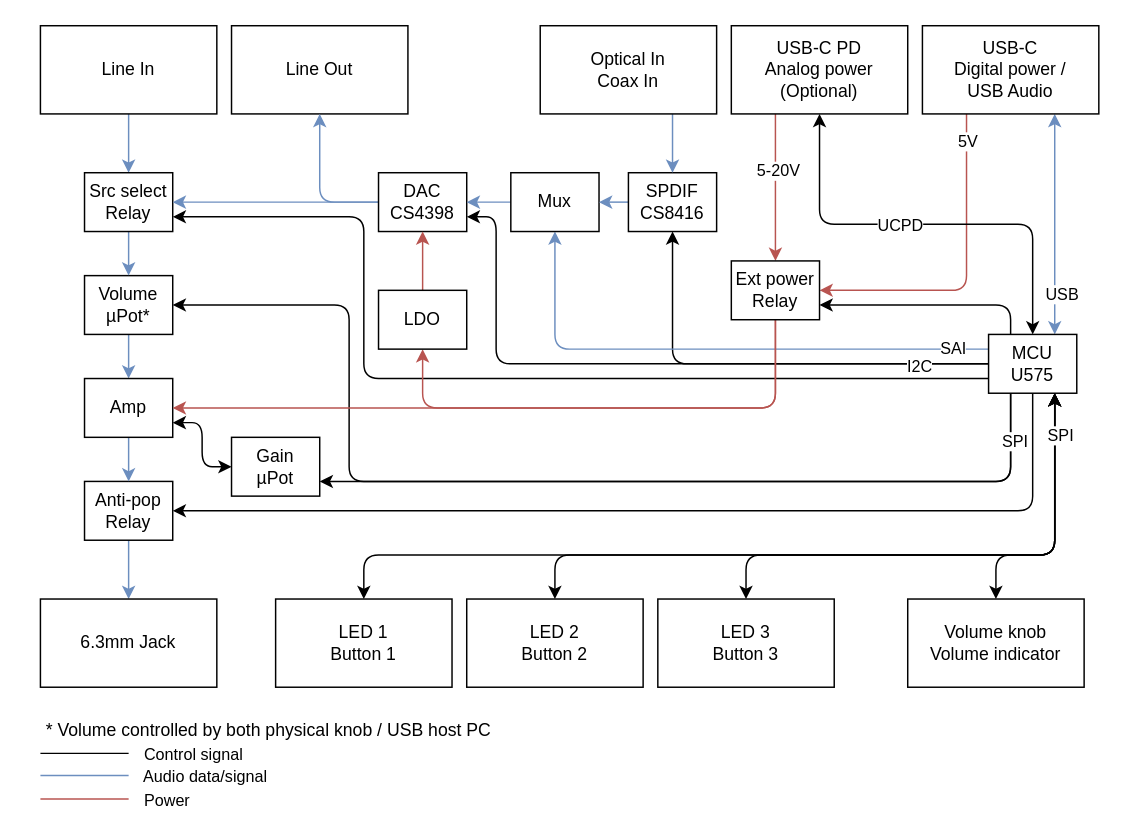
Above: arch.drawio in akiroz/Project-H10 (draw.io), before the change. Source tidied: cells renumbered, new cells numbered last; positions are measured from the earlier drawing's top-left corner, leaving out a move shared by most shapes. Both pictures are drawn from the tidied source at 147%, with x=0, y=0 at pixel (25, 25).
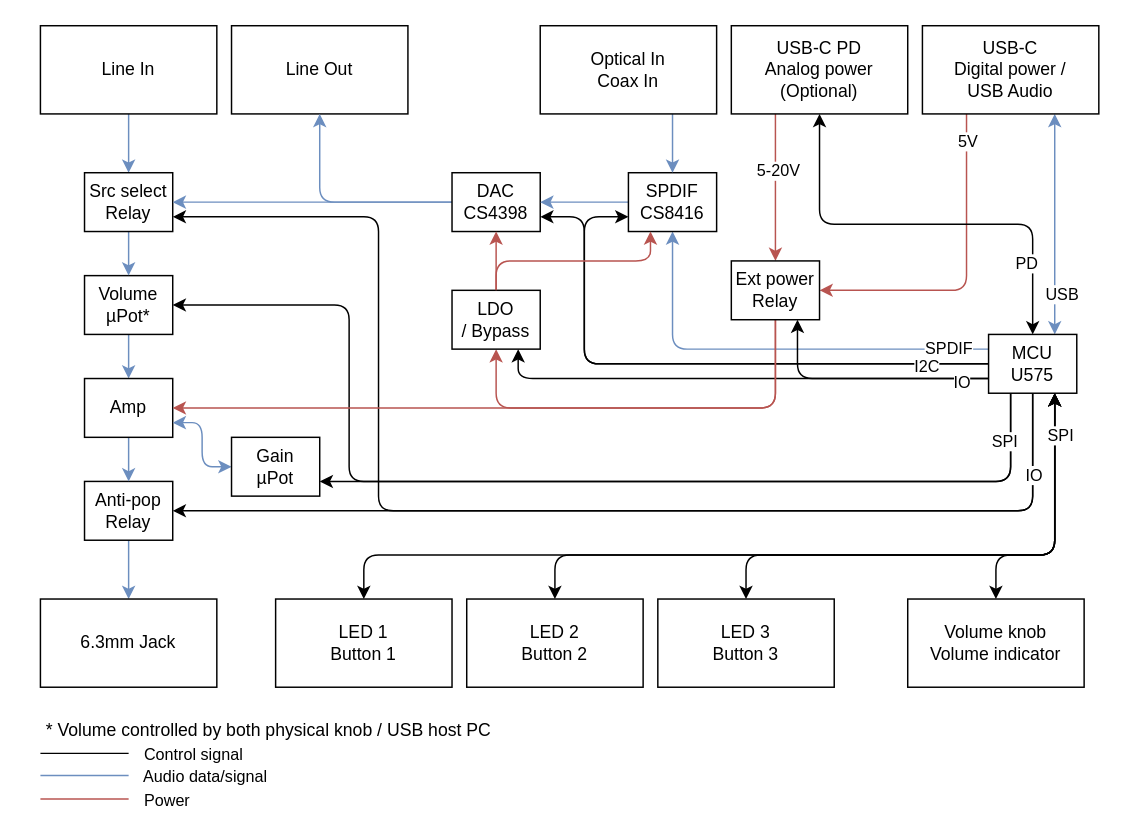
After the change.

The change refers to these unchanged cells:
```xml
<mxCell id="14" value="Src select&lt;br&gt;Relay" style="rounded=0;whiteSpace=wrap;html=1;" parent="1" vertex="1">
  <mxGeometry x="40" y="100" width="60" height="40" as="geometry" />
</mxCell>
<mxCell id="22" style="edgeStyle=orthogonalEdgeStyle;rounded=1;jettySize=auto;html=1;exitX=0.5;exitY=1;exitDx=0;exitDy=0;entryX=1;entryY=0.5;entryDx=0;entryDy=0;" parent="1" edge="1" source="27" target="16">
  <mxGeometry relative="1" as="geometry" />
</mxCell>
<mxCell id="23" style="edgeStyle=orthogonalEdgeStyle;jettySize=auto;html=1;exitX=0.25;exitY=1;exitDx=0;exitDy=0;entryX=1;entryY=0.75;entryDx=0;entryDy=0;rounded=1;" parent="1" edge="1" source="27" target="57">
  <mxGeometry relative="1" as="geometry" />
</mxCell>
<mxCell id="27" value="MCU&lt;br&gt;U575" style="rounded=0;whiteSpace=wrap;html=1;" parent="1" vertex="1">
  <mxGeometry x="655" y="210" width="60" height="40" as="geometry" />
</mxCell>
<mxCell id="44" style="edgeStyle=orthogonalEdgeStyle;rounded=1;jettySize=auto;html=1;exitX=0.5;exitY=1;exitDx=0;exitDy=0;entryX=0.5;entryY=0;entryDx=0;entryDy=0;startArrow=classic;startFill=1;" parent="1" edge="1" source="43" target="27">
  <mxGeometry relative="1" as="geometry" />
</mxCell>
<mxCell id="47" value="Amp" style="rounded=0;whiteSpace=wrap;html=1;" parent="1" vertex="1">
  <mxGeometry x="40" y="240" width="60" height="40" as="geometry" />
</mxCell>
<mxCell id="50" value="Ext power&lt;br&gt;Relay" style="rounded=0;whiteSpace=wrap;html=1;" parent="1" vertex="1">
  <mxGeometry x="480" y="160" width="60" height="40" as="geometry" />
</mxCell>
<mxCell id="57" value="Gain&lt;br&gt;µPot" style="rounded=0;whiteSpace=wrap;html=1;" parent="1" vertex="1">
  <mxGeometry x="140" y="280" width="60" height="40" as="geometry" />
</mxCell>
<mxCell id="61" value="SPDIF&lt;br&gt;CS8416" style="rounded=0;whiteSpace=wrap;html=1;" parent="1" vertex="1">
  <mxGeometry x="410" y="100" width="60" height="40" as="geometry" />
</mxCell>
```

What changed in the source:
```diff
@@
-    <mxCell id="2" style="edgeStyle=orthogonalEdgeStyle;rounded=1;jettySize=auto;html=1;exitX=0;exitY=0.5;exitDx=0;exitDy=0;entryX=0.5;entryY=1;entryDx=0;entryDy=0;" parent="1" edge="1" source="27" target="61">
-      <mxGeometry relative="1" as="geometry" />
+    <mxCell id="2" style="edgeStyle=orthogonalEdgeStyle;rounded=1;jettySize=auto;html=1;exitX=0;exitY=0.5;exitDx=0;exitDy=0;entryX=0;entryY=0.75;entryDx=0;entryDy=0;" parent="1" edge="1" source="27" target="61">
+      <mxGeometry relative="1" as="geometry">
+        <Array as="points">
+          <mxPoint x="380" y="230" />
+          <mxPoint x="380" y="130" />
+        </Array>
+      </mxGeometry>
     </mxCell>
@@
-    <mxCell id="17" style="edgeStyle=orthogonalEdgeStyle;rounded=1;jettySize=auto;html=1;exitX=0.25;exitY=0;exitDx=0;exitDy=0;entryX=1;entryY=0.75;entryDx=0;entryDy=0;" parent="1" edge="1" source="27" target="50">
-      <mxGeometry relative="1" as="geometry" />
-    </mxCell>
-    <mxCell id="18" style="edgeStyle=orthogonalEdgeStyle;rounded=1;jettySize=auto;html=1;exitX=0;exitY=0.25;exitDx=0;exitDy=0;fillColor=#dae8fc;strokeColor=#6c8ebf;entryX=0.5;entryY=1;entryDx=0;entryDy=0;" parent="1" edge="1" source="27" target="59">
+    <mxCell id="18" style="edgeStyle=orthogonalEdgeStyle;rounded=1;jettySize=auto;html=1;exitX=0;exitY=0.25;exitDx=0;exitDy=0;fillColor=#dae8fc;strokeColor=#6c8ebf;entryX=0.5;entryY=1;entryDx=0;entryDy=0;" parent="1" edge="1" source="27" target="61">
       <mxGeometry relative="1" as="geometry">
         <Array as="points">
-          <mxPoint x="360" y="220" />
+          <mxPoint x="440" y="220" />
         </Array>
       </mxGeometry>
     </mxCell>
-    <mxCell id="19" value="SAI" style="edgeLabel;html=1;align=center;verticalAlign=middle;" parent="18" vertex="1">
+    <mxCell id="19" value="SPDIF" style="edgeLabel;html=1;align=center;verticalAlign=middle;" parent="18" vertex="1">
       <mxGeometry x="-0.85" y="-1" relative="1" as="geometry">
-        <mxPoint x="3" as="offset" />
+        <mxPoint x="-6" as="offset" />
       </mxGeometry>
     </mxCell>
-    <mxCell id="20" style="edgeStyle=orthogonalEdgeStyle;rounded=1;jettySize=auto;html=1;exitX=0;exitY=0.75;exitDx=0;exitDy=0;entryX=1;entryY=0.75;entryDx=0;entryDy=0;" parent="1" edge="1" source="27" target="14">
+    <mxCell id="20" style="edgeStyle=orthogonalEdgeStyle;rounded=1;jettySize=auto;html=1;exitX=0.5;exitY=1;exitDx=0;exitDy=0;entryX=1;entryY=0.75;entryDx=0;entryDy=0;" parent="1" edge="1" source="27" target="14">
       <mxGeometry relative="1" as="geometry">
         <Array as="points">
-          <mxPoint x="230" y="240" />
-          <mxPoint x="230" y="130" />
+          <mxPoint x="685" y="330" />
+          <mxPoint x="240" y="330" />
+          <mxPoint x="240" y="130" />
         </Array>
       </mxGeometry>
     </mxCell>
@@
+    <mxCell id="68" value="IO" style="edgeLabel;html=1;align=center;verticalAlign=middle;" parent="22" vertex="1">
+      <mxGeometry x="-0.82" y="1" relative="1" as="geometry">
+        <mxPoint x="-1" y="-5" as="offset" />
+      </mxGeometry>
+    </mxCell>
@@
     <mxCell id="24" value="SPI" style="edgeLabel;html=1;align=center;verticalAlign=middle;" parent="23" vertex="1">
       <mxGeometry x="-0.76" relative="1" as="geometry">
-        <mxPoint x="6" y="-28" as="offset" />
+        <mxPoint x="-1" y="-28" as="offset" />
       </mxGeometry>
     </mxCell>
     <mxCell id="25" style="edgeStyle=orthogonalEdgeStyle;rounded=1;jettySize=auto;html=1;exitX=0;exitY=0.5;exitDx=0;exitDy=0;entryX=1;entryY=0.75;entryDx=0;entryDy=0;" parent="1" edge="1" source="27" target="30">
       <mxGeometry relative="1" as="geometry">
         <Array as="points">
-          <mxPoint x="320" y="230" />
-          <mxPoint x="320" y="130" />
+          <mxPoint x="380" y="230" />
+          <mxPoint x="380" y="130" />
         </Array>
       </mxGeometry>
     </mxCell>
@@
+    <mxCell id="69" style="edgeStyle=orthogonalEdgeStyle;rounded=1;jettySize=auto;html=1;exitX=0;exitY=0.75;exitDx=0;exitDy=0;entryX=0.75;entryY=1;entryDx=0;entryDy=0;" parent="1" edge="1" source="27" target="67">
+      <mxGeometry relative="1" as="geometry" />
+    </mxCell>
+    <mxCell id="17" style="edgeStyle=orthogonalEdgeStyle;rounded=1;jettySize=auto;html=1;exitX=0;exitY=0.75;exitDx=0;exitDy=0;entryX=0.75;entryY=1;entryDx=0;entryDy=0;" parent="1" edge="1" source="27" target="50">
+      <mxGeometry relative="1" as="geometry" />
+    </mxCell>
+    <mxCell id="70" value="IO" style="edgeLabel;html=1;align=center;verticalAlign=middle;" parent="17" vertex="1">
+      <mxGeometry x="-0.59" relative="1" as="geometry">
+        <mxPoint x="16" y="2" as="offset" />
+      </mxGeometry>
+    </mxCell>
@@
     <mxCell id="30" value="DAC&lt;br&gt;CS4398" style="rounded=0;whiteSpace=wrap;html=1;" parent="1" vertex="1">
-      <mxGeometry x="240" y="100" width="60" height="40" as="geometry" />
+      <mxGeometry x="290" y="100" width="60" height="40" as="geometry" />
     </mxCell>
@@
-    <mxCell id="45" value="UCPD" style="edgeLabel;html=1;align=center;verticalAlign=middle;" parent="44" vertex="1">
+    <mxCell id="45" value="PD" style="edgeLabel;html=1;align=center;verticalAlign=middle;" parent="44" vertex="1">
       <mxGeometry x="-0.17" y="2" relative="1" as="geometry">
-        <mxPoint x="7" y="2" as="offset" />
+        <mxPoint x="93" y="28" as="offset" />
       </mxGeometry>
     </mxCell>
@@
     <mxCell id="49" style="edgeStyle=orthogonalEdgeStyle;rounded=1;jettySize=auto;html=1;exitX=0.5;exitY=1;exitDx=0;exitDy=0;entryX=0.5;entryY=1;entryDx=0;entryDy=0;fillColor=#f8cecc;strokeColor=#b85450;" parent="1" edge="1" source="50" target="67">
       <mxGeometry relative="1" as="geometry">
         <Array as="points">
           <mxPoint x="510" y="260" />
-          <mxPoint x="270" y="260" />
+          <mxPoint x="320" y="260" />
         </Array>
       </mxGeometry>
     </mxCell>
@@
-    <mxCell id="56" style="edgeStyle=orthogonalEdgeStyle;rounded=1;jettySize=auto;html=1;exitX=0;exitY=0.5;exitDx=0;exitDy=0;entryX=1;entryY=0.75;entryDx=0;entryDy=0;startArrow=classic;startFill=1;" parent="1" edge="1" source="57" target="47">
+    <mxCell id="56" style="edgeStyle=orthogonalEdgeStyle;rounded=1;jettySize=auto;html=1;exitX=0;exitY=0.5;exitDx=0;exitDy=0;entryX=1;entryY=0.75;entryDx=0;entryDy=0;startArrow=classic;startFill=1;fillColor=#dae8fc;strokeColor=#6c8ebf;" parent="1" edge="1" source="57" target="47">
       <mxGeometry relative="1" as="geometry" />
     </mxCell>
@@
-    <mxCell id="58" style="edgeStyle=orthogonalEdgeStyle;rounded=0;jettySize=auto;html=1;exitX=0;exitY=0.5;exitDx=0;exitDy=0;entryX=1;entryY=0.5;entryDx=0;entryDy=0;fillColor=#dae8fc;strokeColor=#6c8ebf;" parent="1" edge="1" source="59" target="30">
-      <mxGeometry relative="1" as="geometry" />
-    </mxCell>
-    <mxCell id="59" value="Mux" style="rounded=0;whiteSpace=wrap;html=1;" parent="1" vertex="1">
-      <mxGeometry x="330" y="100" width="60" height="40" as="geometry" />
-    </mxCell>
-    <mxCell id="60" style="edgeStyle=orthogonalEdgeStyle;rounded=0;jettySize=auto;html=1;exitX=0;exitY=0.5;exitDx=0;exitDy=0;entryX=1;entryY=0.5;entryDx=0;entryDy=0;fillColor=#dae8fc;strokeColor=#6c8ebf;" parent="1" edge="1" source="61" target="59">
+    <mxCell id="60" style="edgeStyle=orthogonalEdgeStyle;rounded=0;jettySize=auto;html=1;exitX=0;exitY=0.5;exitDx=0;exitDy=0;entryX=1;entryY=0.5;entryDx=0;entryDy=0;fillColor=#dae8fc;strokeColor=#6c8ebf;" parent="1" edge="1" source="61" target="30">
       <mxGeometry relative="1" as="geometry" />
     </mxCell>
@@
-    <mxCell id="67" value="LDO" style="rounded=0;whiteSpace=wrap;html=1;" parent="1" vertex="1">
-      <mxGeometry x="240" y="180" width="60" height="40" as="geometry" />
+    <mxCell id="67" value="LDO&lt;br&gt;/ Bypass" style="rounded=0;whiteSpace=wrap;html=1;" parent="1" vertex="1">
+      <mxGeometry x="290" y="180" width="60" height="40" as="geometry" />
     </mxCell>
+    <mxCell id="71" style="edgeStyle=orthogonalEdgeStyle;rounded=1;jettySize=auto;html=1;exitX=0.5;exitY=0;exitDx=0;exitDy=0;entryX=0.25;entryY=1;entryDx=0;entryDy=0;fillColor=#f8cecc;strokeColor=#b85450;" parent="1" edge="1" source="67" target="61">
+      <mxGeometry relative="1" as="geometry" />
+    </mxCell>
```
